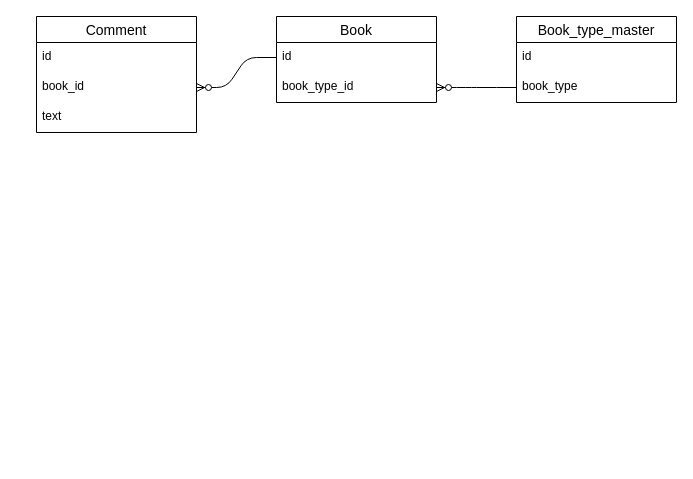
assign-kamekawa/praha keeps this draw.io diagram as database/anch_3/kadai_2.dio. Above is the earlier version. Source tidied: cells renumbered, new cells numbered last; positions are measured from the earlier drawing's top-left corner, leaving out a move shared by most shapes. Both pictures are drawn from the tidied source at 100%, with x=0, y=0 at pixel (36, 16).
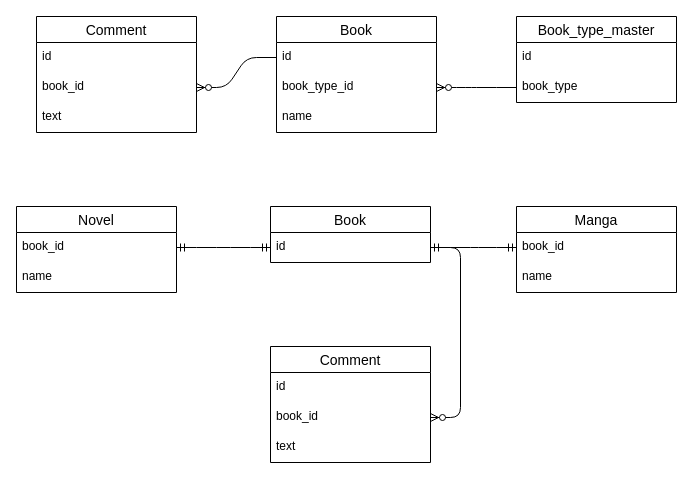
The same page after the edit.

The change refers to these unchanged cells:
```xml
<mxCell id="8" value="book_type" style="text;strokeColor=none;fillColor=none;spacingLeft=4;spacingRight=4;overflow=hidden;points=[[0,0.5],[1,0.5]];portConstraint=eastwest;fontSize=12;" parent="6" vertex="1">
  <mxGeometry y="56" width="160" height="30" as="geometry" />
</mxCell>
```

The edit, as a diff of the source:
```diff
@@
     <mxCell id="9" value="Book" style="swimlane;fontStyle=0;horizontal=1;startSize=26;align=center;fontSize=14;" parent="1" vertex="1">
-      <mxGeometry x="240" width="160" height="86" as="geometry" />
+      <mxGeometry x="240" width="160" height="116" as="geometry" />
     </mxCell>
@@
+    <mxCell id="14" value="book_type_id" style="text;strokeColor=none;fillColor=none;spacingLeft=4;spacingRight=4;overflow=hidden;points=[[0,0.5],[1,0.5]];portConstraint=eastwest;fontSize=12;" parent="9" vertex="1">
+      <mxGeometry y="56" width="160" height="30" as="geometry" />
+    </mxCell>
-    <mxCell id="11" value="book_type_id" style="text;strokeColor=none;fillColor=none;spacingLeft=4;spacingRight=4;overflow=hidden;points=[[0,0.5],[1,0.5]];portConstraint=eastwest;fontSize=12;" parent="9" vertex="1">
-      <mxGeometry y="56" width="160" height="30" as="geometry" />
+    <mxCell id="11" value="name" style="text;strokeColor=none;fillColor=none;spacingLeft=4;spacingRight=4;overflow=hidden;points=[[0,0.5],[1,0.5]];portConstraint=eastwest;fontSize=12;" parent="9" vertex="1">
+      <mxGeometry y="86" width="160" height="30" as="geometry" />
     </mxCell>
-    <mxCell id="12" style="edgeStyle=entityRelationEdgeStyle;fontSize=12;html=1;endArrow=ERzeroToMany;endFill=1;exitX=0;exitY=0.5;exitDx=0;exitDy=0;entryX=1;entryY=0.5;entryDx=0;entryDy=0;" parent="1" edge="1" source="8" target="11">
+    <mxCell id="12" style="edgeStyle=entityRelationEdgeStyle;fontSize=12;html=1;endArrow=ERzeroToMany;endFill=1;exitX=0;exitY=0.5;exitDx=0;exitDy=0;entryX=1;entryY=0.5;entryDx=0;entryDy=0;" parent="1" edge="1" source="8" target="14">
       <mxGeometry relative="1" as="geometry" />
     </mxCell>
@@
+    <mxCell id="15" value="Comment" style="swimlane;fontStyle=0;horizontal=1;startSize=26;align=center;fontSize=14;" parent="1" vertex="1">
+      <mxGeometry x="234" y="330" width="160" height="116" as="geometry" />
+    </mxCell>
+    <mxCell id="16" value="id" style="text;strokeColor=none;fillColor=none;spacingLeft=4;spacingRight=4;overflow=hidden;fontSize=12;" parent="15" vertex="1">
+      <mxGeometry y="26" width="160" height="30" as="geometry" />
+    </mxCell>
+    <mxCell id="17" value="book_id" style="text;strokeColor=none;fillColor=none;spacingLeft=4;spacingRight=4;overflow=hidden;points=[[0,0.5],[1,0.5]];portConstraint=eastwest;fontSize=12;" parent="15" vertex="1">
+      <mxGeometry y="56" width="160" height="30" as="geometry" />
+    </mxCell>
+    <mxCell id="18" value="text" style="text;strokeColor=none;fillColor=none;spacingLeft=4;spacingRight=4;overflow=hidden;fontSize=12;" parent="15" vertex="1">
+      <mxGeometry y="86" width="160" height="30" as="geometry" />
+    </mxCell>
+    <mxCell id="19" value="Manga" style="swimlane;fontStyle=0;horizontal=1;startSize=26;align=center;fontSize=14;" parent="1" vertex="1">
+      <mxGeometry x="480" y="190" width="160" height="86" as="geometry" />
+    </mxCell>
+    <mxCell id="20" value="book_id" style="text;strokeColor=none;fillColor=none;spacingLeft=4;spacingRight=4;overflow=hidden;points=[[0,0.5],[1,0.5]];portConstraint=eastwest;fontSize=12;" parent="19" vertex="1">
+      <mxGeometry y="26" width="160" height="30" as="geometry" />
+    </mxCell>
+    <mxCell id="21" value="name" style="text;strokeColor=none;fillColor=none;spacingLeft=4;spacingRight=4;overflow=hidden;fontSize=12;" parent="19" vertex="1">
+      <mxGeometry y="56" width="160" height="30" as="geometry" />
+    </mxCell>
+    <mxCell id="22" value="Novel" style="swimlane;fontStyle=0;horizontal=1;startSize=26;align=center;fontSize=14;" parent="1" vertex="1">
+      <mxGeometry x="-20" y="190" width="160" height="86" as="geometry" />
+    </mxCell>
+    <mxCell id="23" value="book_id" style="text;strokeColor=none;fillColor=none;spacingLeft=4;spacingRight=4;overflow=hidden;points=[[0,0.5],[1,0.5]];portConstraint=eastwest;fontSize=12;" parent="22" vertex="1">
+      <mxGeometry y="26" width="160" height="30" as="geometry" />
+    </mxCell>
+    <mxCell id="24" value="name" style="text;strokeColor=none;fillColor=none;spacingLeft=4;spacingRight=4;overflow=hidden;fontSize=12;" parent="22" vertex="1">
+      <mxGeometry y="56" width="160" height="30" as="geometry" />
+    </mxCell>
+    <mxCell id="25" value="Book" style="swimlane;fontStyle=0;horizontal=1;startSize=26;align=center;fontSize=14;" parent="1" vertex="1">
+      <mxGeometry x="234" y="190" width="160" height="56" as="geometry" />
+    </mxCell>
+    <mxCell id="26" value="id" style="text;strokeColor=none;fillColor=none;spacingLeft=4;spacingRight=4;overflow=hidden;points=[[0,0.5],[1,0.5]];portConstraint=eastwest;fontSize=12;" parent="25" vertex="1">
+      <mxGeometry y="26" width="160" height="30" as="geometry" />
+    </mxCell>
+    <mxCell id="27" style="edgeStyle=entityRelationEdgeStyle;fontSize=12;html=1;endArrow=ERmandOne;startArrow=ERmandOne;entryX=0;entryY=0.5;entryDx=0;entryDy=0;exitX=1;exitY=0.5;exitDx=0;exitDy=0;" parent="1" edge="1" source="26" target="20">
+      <mxGeometry relative="1" as="geometry" />
+    </mxCell>
+    <mxCell id="28" style="edgeStyle=entityRelationEdgeStyle;fontSize=12;html=1;endArrow=ERmandOne;startArrow=ERmandOne;entryX=0;entryY=0.5;entryDx=0;entryDy=0;exitX=1;exitY=0.5;exitDx=0;exitDy=0;" parent="1" edge="1" source="23" target="26">
+      <mxGeometry relative="1" as="geometry" />
+    </mxCell>
+    <mxCell id="29" style="edgeStyle=entityRelationEdgeStyle;fontSize=12;html=1;endArrow=ERzeroToMany;endFill=1;exitX=1;exitY=0.5;exitDx=0;exitDy=0;entryX=1;entryY=0.5;entryDx=0;entryDy=0;" parent="1" edge="1" source="26" target="17">
+      <mxGeometry relative="1" as="geometry" />
+    </mxCell>
```
